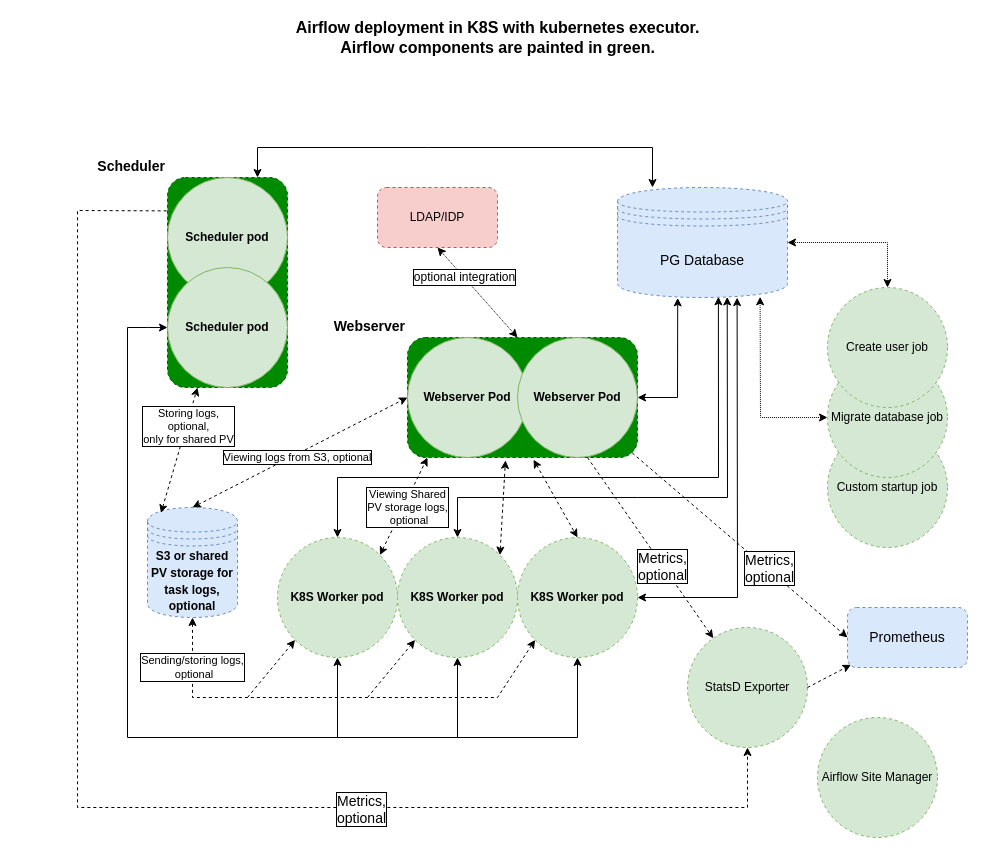
Netcracker/qubership-airflow keeps this draw.io diagram as docs/sources/drawio/airflow_arch_kubernetes.drawio. Above is the earlier version. Source tidied: cells renumbered, new cells numbered last; positions are measured from the earlier drawing's top-left corner, leaving out a move shared by most shapes. Both pictures are drawn from the tidied source at 100%, with x=0, y=0 at pixel (77, 17).
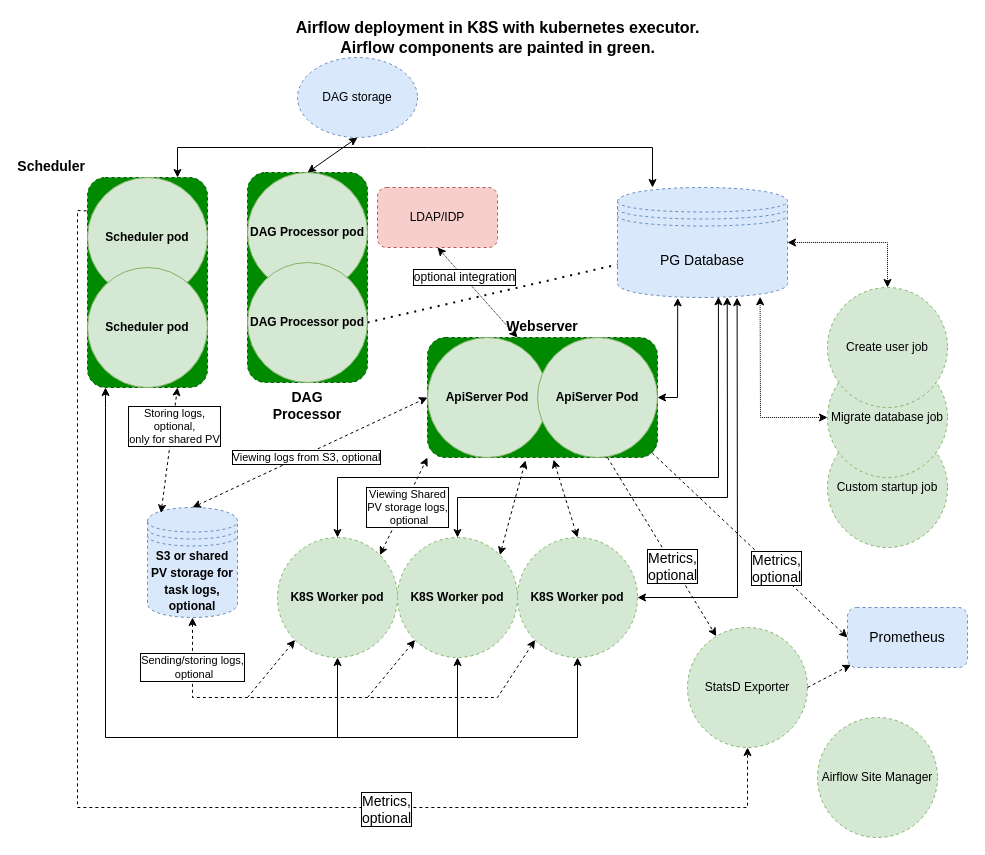
Above is the later version.

The change refers to these unchanged cells:
```xml
<mxCell id="9" value="&lt;b&gt;K8S Worker pod&lt;/b&gt;" style="ellipse;whiteSpace=wrap;html=1;fillColor=#d5e8d4;strokeColor=#82b366;dashed=1;" parent="1" vertex="1">
  <mxGeometry x="440" y="520" width="120" height="120" as="geometry" />
</mxCell>
<mxCell id="34" value="PG Database" style="shape=datastore;whiteSpace=wrap;html=1;shadow=0;dashed=1;fontSize=14;fillColor=#dae8fc;strokeColor=#6c8ebf;" parent="1" vertex="1">
  <mxGeometry x="540" y="170" width="170" height="110" as="geometry" />
</mxCell>
<mxCell id="35" value="&lt;b style=&quot;font-size: 12px&quot;&gt;S3 or shared PV storage for task logs, optional&lt;/b&gt;" style="shape=datastore;whiteSpace=wrap;html=1;shadow=0;dashed=1;fontSize=14;fillColor=#dae8fc;strokeColor=#6c8ebf;" parent="1" vertex="1">
  <mxGeometry x="70" y="490" width="90" height="110" as="geometry" />
</mxCell>
```

Change to the diagram source:
```diff
@@
-    <mxCell id="2" value="&lt;b&gt;&lt;font style=&quot;font-size: 14px&quot; color=&quot;#000000&quot;&gt;Webserver&lt;/font&gt;&lt;/b&gt;" style="rounded=1;whiteSpace=wrap;html=1;dashed=1;spacingTop=0;labelPosition=left;verticalLabelPosition=top;align=right;verticalAlign=bottom;fillColor=#008a00;fontColor=#ffffff;strokeColor=#005700;" parent="1" vertex="1">
-      <mxGeometry x="330" y="320" width="230" height="120" as="geometry" />
+    <mxCell id="2" value="&lt;b&gt;&lt;font style=&quot;font-size: 14px&quot; color=&quot;#000000&quot;&gt;Webserver&lt;/font&gt;&lt;/b&gt;" style="rounded=1;whiteSpace=wrap;html=1;dashed=1;spacingTop=0;labelPosition=center;verticalLabelPosition=top;align=center;verticalAlign=bottom;fillColor=#008a00;fontColor=#ffffff;strokeColor=#005700;" parent="1" vertex="1">
+      <mxGeometry x="350" y="320" width="230" height="120" as="geometry" />
     </mxCell>
     <mxCell id="3" value="&lt;b&gt;&lt;font style=&quot;font-size: 14px&quot; color=&quot;#000000&quot;&gt;Scheduler&lt;/font&gt;&lt;/b&gt;" style="rounded=1;whiteSpace=wrap;html=1;dashed=1;spacingTop=0;labelPosition=left;verticalLabelPosition=top;align=right;verticalAlign=bottom;fillColor=#008a00;fontColor=#ffffff;strokeColor=#005700;" parent="1" vertex="1">
-      <mxGeometry x="90" y="160" width="120" height="210" as="geometry" />
+      <mxGeometry x="10" y="160" width="120" height="210" as="geometry" />
     </mxCell>
-    <mxCell id="4" value="&lt;b&gt;Webserver Pod&lt;/b&gt;" style="ellipse;whiteSpace=wrap;html=1;fillColor=#d5e8d4;strokeColor=#82b366;" parent="1" vertex="1">
-      <mxGeometry x="330" y="320" width="120" height="120" as="geometry" />
+    <mxCell id="4" value="&lt;b&gt;ApiServer Pod&lt;/b&gt;" style="ellipse;whiteSpace=wrap;html=1;fillColor=#d5e8d4;strokeColor=#82b366;" parent="1" vertex="1">
+      <mxGeometry x="350" y="320" width="120" height="120" as="geometry" />
     </mxCell>
     <mxCell id="5" value="&lt;b&gt;Scheduler pod&lt;br&gt;&lt;/b&gt;" style="ellipse;whiteSpace=wrap;html=1;fillColor=#d5e8d4;strokeColor=#82b366;" parent="1" vertex="1">
-      <mxGeometry x="90" y="160" width="120" height="120" as="geometry" />
+      <mxGeometry x="10" y="160" width="120" height="120" as="geometry" />
     </mxCell>
     <mxCell id="6" value="&lt;b&gt;Scheduler pod&lt;/b&gt;" style="ellipse;whiteSpace=wrap;html=1;fillColor=#d5e8d4;strokeColor=#82b366;" parent="1" vertex="1">
-      <mxGeometry x="90" y="250" width="120" height="120" as="geometry" />
+      <mxGeometry x="10" y="250" width="120" height="120" as="geometry" />
     </mxCell>
@@
     <mxCell id="25" style="endArrow=classic;startArrow=classic;html=1;rounded=0;entryX=0.5;entryY=1;entryDx=0;entryDy=0;" parent="1" edge="1" target="9">
       <mxGeometry relative="1" as="geometry">
-        <mxPoint x="90" y="310" as="sourcePoint" />
+        <mxPoint x="28" y="370" as="sourcePoint" />
         <Array as="points">
-          <mxPoint x="70" y="310" />
-          <mxPoint x="50" y="310" />
-          <mxPoint x="50" y="720" />
+          <mxPoint x="28" y="390" />
+          <mxPoint x="28" y="720" />
           <mxPoint x="280" y="720" />
           <mxPoint x="500" y="720" />
         </Array>
       </mxGeometry>
     </mxCell>
@@
-    <mxCell id="31" value="&lt;b&gt;Webserver Pod&lt;/b&gt;" style="ellipse;whiteSpace=wrap;html=1;fillColor=#d5e8d4;strokeColor=#82b366;" parent="1" vertex="1">
-      <mxGeometry x="440" y="320" width="120" height="120" as="geometry" />
+    <mxCell id="31" value="&lt;b&gt;ApiServer Pod&lt;/b&gt;" style="ellipse;whiteSpace=wrap;html=1;fillColor=#d5e8d4;strokeColor=#82b366;" parent="1" vertex="1">
+      <mxGeometry x="460" y="320" width="120" height="120" as="geometry" />
     </mxCell>
     <mxCell id="32" style="endArrow=classic;startArrow=classic;html=1;rounded=0;labelBackgroundColor=none;fontSize=14;fontColor=#000000;exitX=0.75;exitY=0;exitDx=0;exitDy=0;entryX=0.25;entryY=0;entryDx=0;entryDy=0;" parent="1" edge="1" source="3">
       <mxGeometry relative="1" as="geometry">
         <mxPoint x="575" y="170" as="targetPoint" />
         <Array as="points">
-          <mxPoint x="180" y="130" />
+          <mxPoint x="100" y="130" />
           <mxPoint x="350" y="130" />
           <mxPoint x="575" y="130" />
         </Array>
       </mxGeometry>
     </mxCell>
@@
-    <mxCell id="45" value="Storing logs,&lt;br&gt;optional,&lt;br&gt;only for shared PV" style="endArrow=classic;startArrow=classic;html=1;rounded=0;exitX=0.15;exitY=0.05;exitDx=0;exitDy=0;entryX=0.25;entryY=1;entryDx=0;entryDy=0;dashed=1;labelBorderColor=default;exitPerimeter=0;" parent="1" edge="1" source="35" target="3">
+    <mxCell id="45" value="Storing logs,&lt;br&gt;optional,&lt;br&gt;only for shared PV" style="endArrow=classic;startArrow=classic;html=1;rounded=0;exitX=0.15;exitY=0.05;exitDx=0;exitDy=0;entryX=0.75;entryY=1;entryDx=0;entryDy=0;dashed=1;labelBorderColor=default;exitPerimeter=0;" parent="1" edge="1" source="35" target="3">
       <mxGeometry x="0.37" y="-2" relative="1" as="geometry">
         <mxPoint y="-1" as="offset" />
       </mxGeometry>
     </mxCell>
+    <mxCell id="46" value="&lt;b&gt;&lt;font style=&quot;font-size: 14px&quot; color=&quot;#000000&quot;&gt;DAG&lt;br&gt;Processor&lt;br&gt;&lt;/font&gt;&lt;/b&gt;" style="rounded=1;whiteSpace=wrap;html=1;dashed=1;spacingTop=0;labelPosition=center;verticalLabelPosition=bottom;align=center;verticalAlign=top;fillColor=#008a00;fontColor=#ffffff;strokeColor=#005700;" parent="1" vertex="1">
+      <mxGeometry x="170" y="155" width="120" height="210" as="geometry" />
+    </mxCell>
+    <mxCell id="47" value="&lt;b&gt;DAG Processor pod&lt;br&gt;&lt;/b&gt;" style="ellipse;whiteSpace=wrap;html=1;fillColor=#d5e8d4;strokeColor=#82b366;" parent="1" vertex="1">
+      <mxGeometry x="170" y="155" width="120" height="120" as="geometry" />
+    </mxCell>
+    <mxCell id="48" value="&lt;b&gt;DAG Processor pod&lt;/b&gt;" style="ellipse;whiteSpace=wrap;html=1;fillColor=#d5e8d4;strokeColor=#82b366;" parent="1" vertex="1">
+      <mxGeometry x="170" y="245" width="120" height="120" as="geometry" />
+    </mxCell>
+    <mxCell id="49" value="DAG storage" style="ellipse;whiteSpace=wrap;html=1;fillColor=#dae8fc;strokeColor=#6c8ebf;dashed=1;" parent="1" vertex="1">
+      <mxGeometry x="220" y="40" width="120" height="80" as="geometry" />
+    </mxCell>
+    <mxCell id="50" style="endArrow=classic;startArrow=classic;html=1;rounded=0;exitX=0.5;exitY=1;exitDx=0;exitDy=0;entryX=0.5;entryY=0;entryDx=0;entryDy=0;" parent="1" edge="1" source="49" target="47">
+      <mxGeometry relative="1" as="geometry" />
+    </mxCell>
+    <mxCell id="51" style="endArrow=none;dashed=1;html=1;dashPattern=1 3;strokeWidth=2;rounded=0;exitX=1;exitY=0.5;exitDx=0;exitDy=0;entryX=0;entryY=0.7;entryDx=0;entryDy=0;" parent="1" edge="1" source="48" target="34">
+      <mxGeometry relative="1" as="geometry" />
+    </mxCell>
```
